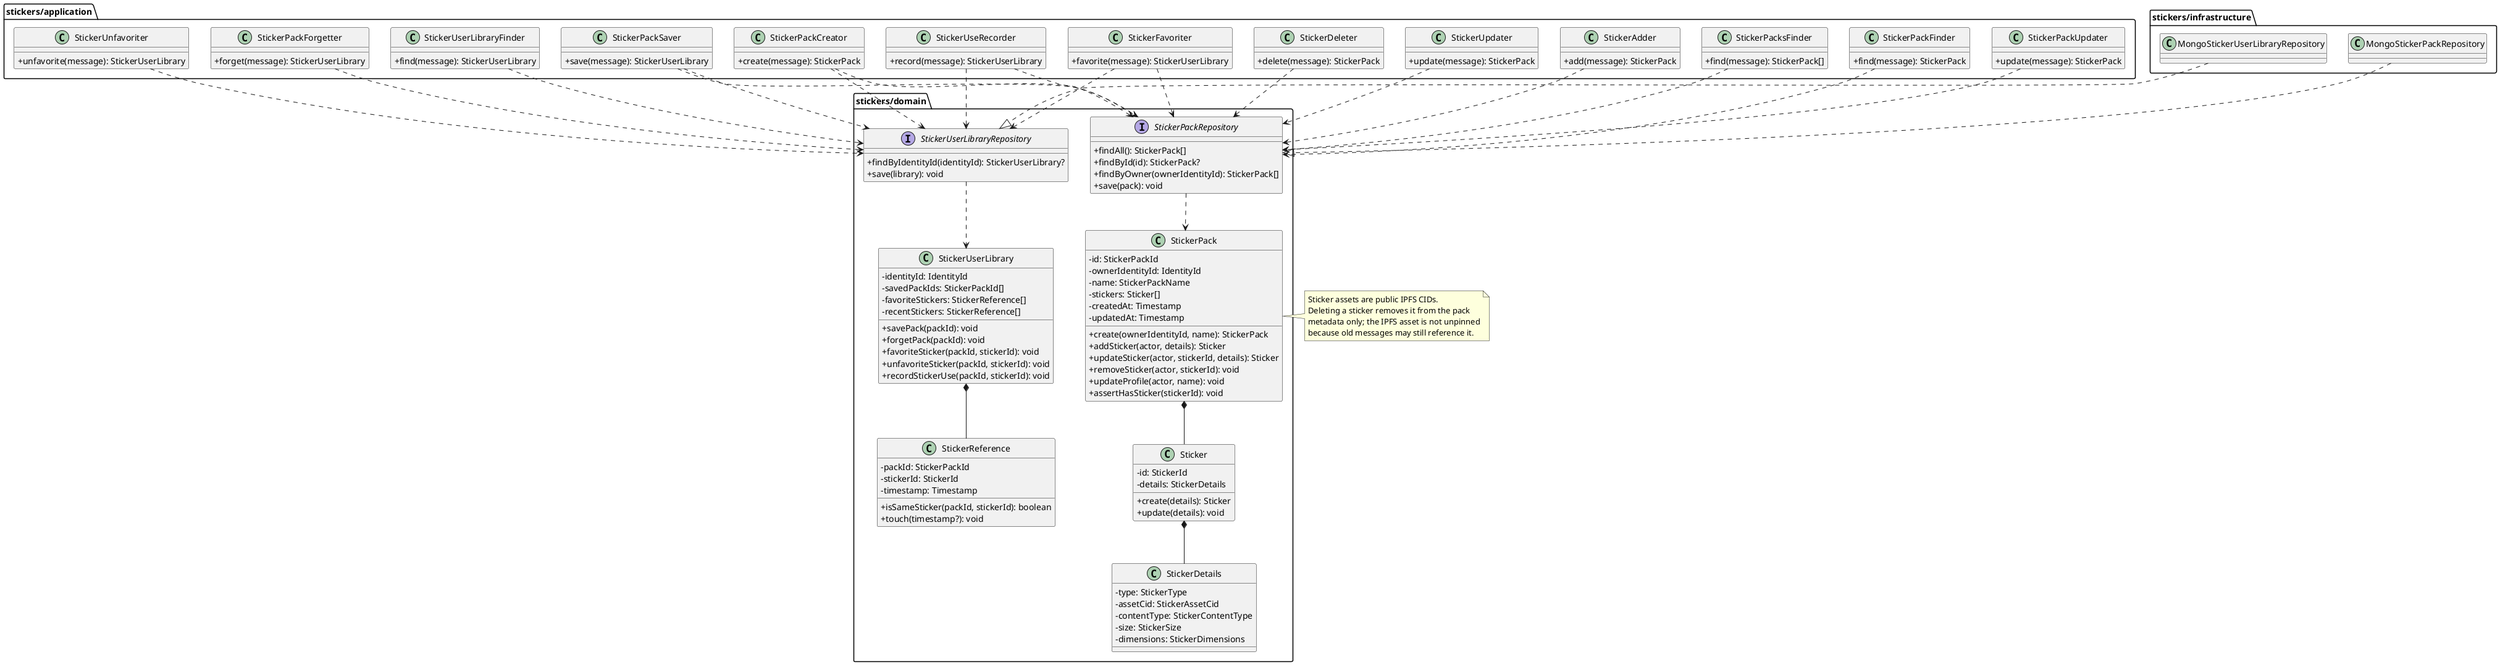
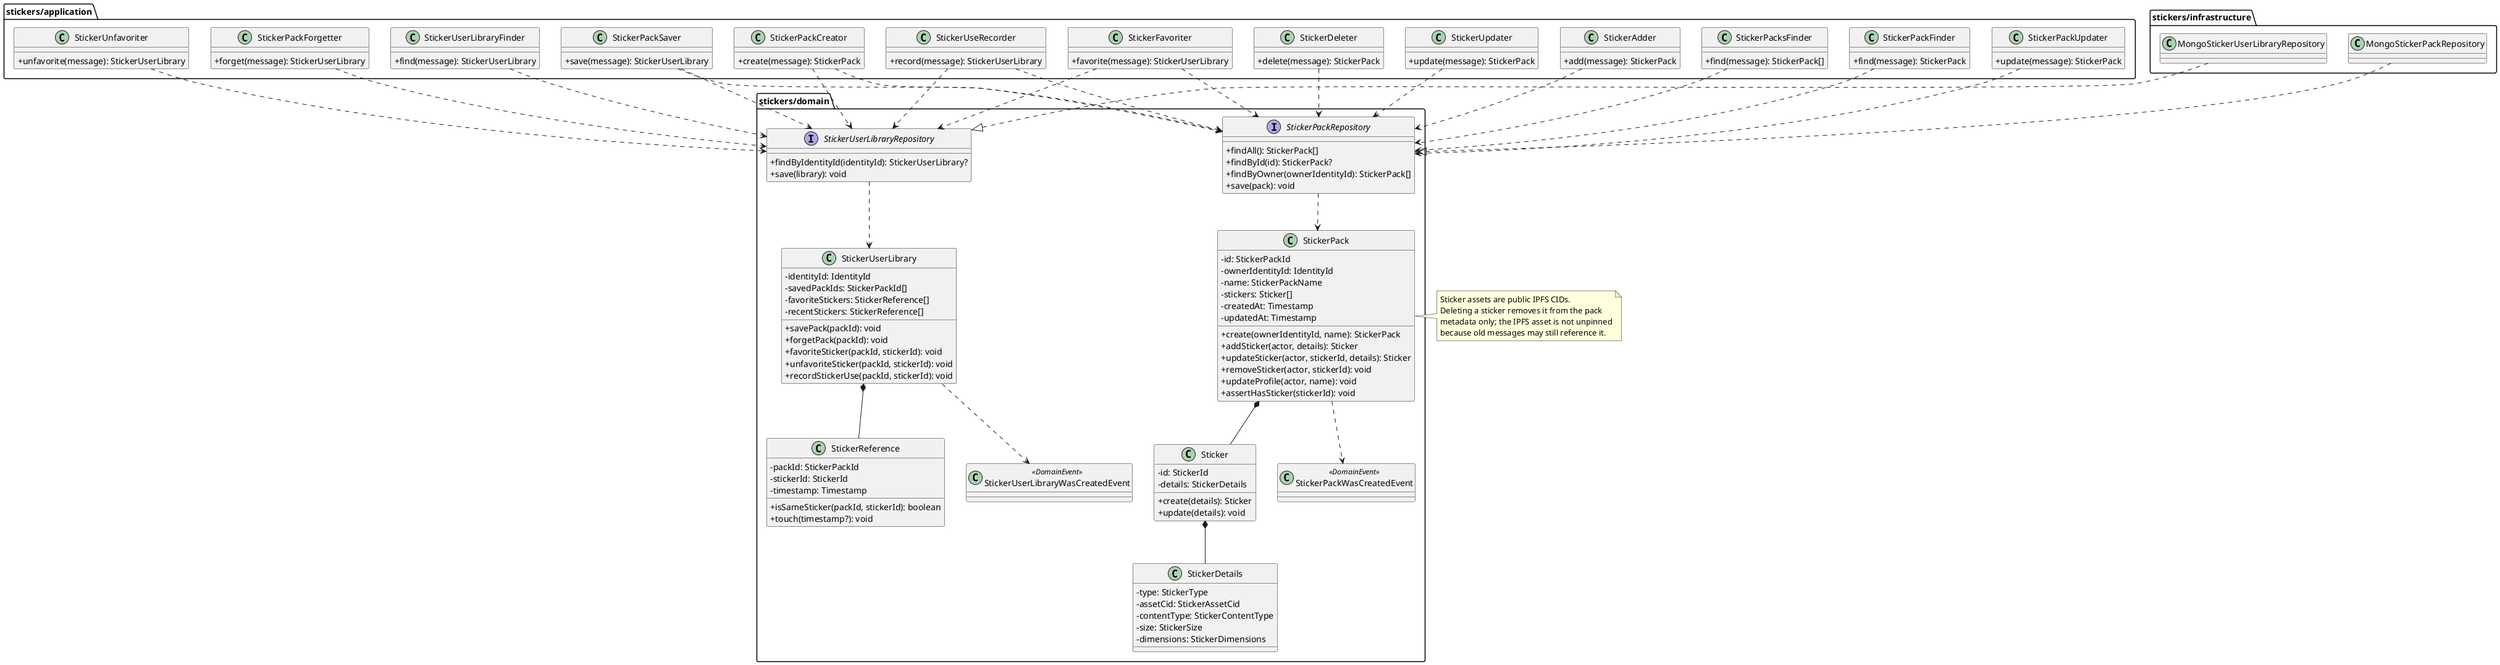
@startuml StickersClasses

skinparam classAttributeIconSize 0

package "stickers/application" {
  class StickerPackCreator {
    + create(message): StickerPack
  }
  class StickerPackUpdater {
    + update(message): StickerPack
  }
  class StickerPackFinder {
    + find(message): StickerPack
  }
  class StickerPacksFinder {
    + find(message): StickerPack[]
  }
  class StickerAdder {
    + add(message): StickerPack
  }
  class StickerUpdater {
    + update(message): StickerPack
  }
  class StickerDeleter {
    + delete(message): StickerPack
  }
  class StickerUserLibraryFinder {
    + find(message): StickerUserLibrary
  }
  class StickerPackSaver {
    + save(message): StickerUserLibrary
  }
  class StickerPackForgetter {
    + forget(message): StickerUserLibrary
  }
  class StickerFavoriter {
    + favorite(message): StickerUserLibrary
  }
  class StickerUnfavoriter {
    + unfavorite(message): StickerUserLibrary
  }
  class StickerUseRecorder {
    + record(message): StickerUserLibrary
  }
}

package "stickers/domain" {
  class StickerPack {
    - id: StickerPackId
    - ownerIdentityId: IdentityId
    - name: StickerPackName
    - stickers: Sticker[]
    - createdAt: Timestamp
    - updatedAt: Timestamp
    + create(ownerIdentityId, name): StickerPack
    + addSticker(actor, details): Sticker
    + updateSticker(actor, stickerId, details): Sticker
    + removeSticker(actor, stickerId): void
    + updateProfile(actor, name): void
    + assertHasSticker(stickerId): void
  }

  class Sticker {
    - id: StickerId
    - details: StickerDetails
    + create(details): Sticker
    + update(details): void
  }

  class StickerDetails {
    - type: StickerType
    - assetCid: StickerAssetCid
    - contentType: StickerContentType
    - size: StickerSize
    - dimensions: StickerDimensions
  }

  class StickerUserLibrary {
    - identityId: IdentityId
    - savedPackIds: StickerPackId[]
    - favoriteStickers: StickerReference[]
    - recentStickers: StickerReference[]
    + savePack(packId): void
    + forgetPack(packId): void
    + favoriteSticker(packId, stickerId): void
    + unfavoriteSticker(packId, stickerId): void
    + recordStickerUse(packId, stickerId): void
  }

  class StickerReference {
    - packId: StickerPackId
    - stickerId: StickerId
    - timestamp: Timestamp
    + isSameSticker(packId, stickerId): boolean
    + touch(timestamp?): void
  }

  interface StickerPackRepository {
    + findAll(): StickerPack[]
    + findById(id): StickerPack?
    + findByOwner(ownerIdentityId): StickerPack[]
    + save(pack): void
  }

  interface StickerUserLibraryRepository {
    + findByIdentityId(identityId): StickerUserLibrary?
    + save(library): void
  }

+   class StickerPackWasCreatedEvent <<DomainEvent>>
+   class StickerUserLibraryWasCreatedEvent <<DomainEvent>>
+ 
  StickerPack *-- Sticker
  Sticker *-- StickerDetails
  StickerUserLibrary *-- StickerReference
+   StickerPack ..> StickerPackWasCreatedEvent
+   StickerUserLibrary ..> StickerUserLibraryWasCreatedEvent
  StickerPackRepository ..> StickerPack
  StickerUserLibraryRepository ..> StickerUserLibrary
}

package "stickers/infrastructure" {
  class MongoStickerPackRepository
  class MongoStickerUserLibraryRepository

  MongoStickerPackRepository ..|> StickerPackRepository
  MongoStickerUserLibraryRepository ..|> StickerUserLibraryRepository
}

StickerPackCreator ..> StickerPackRepository
StickerPackCreator ..> StickerUserLibraryRepository
StickerPackUpdater ..> StickerPackRepository
StickerPackFinder ..> StickerPackRepository
StickerPacksFinder ..> StickerPackRepository
StickerAdder ..> StickerPackRepository
StickerUpdater ..> StickerPackRepository
StickerDeleter ..> StickerPackRepository
StickerUserLibraryFinder ..> StickerUserLibraryRepository
StickerPackSaver ..> StickerPackRepository
StickerPackSaver ..> StickerUserLibraryRepository
StickerPackForgetter ..> StickerUserLibraryRepository
StickerFavoriter ..> StickerPackRepository
StickerFavoriter ..> StickerUserLibraryRepository
StickerUnfavoriter ..> StickerUserLibraryRepository
StickerUseRecorder ..> StickerPackRepository
StickerUseRecorder ..> StickerUserLibraryRepository

note right of StickerPack
  Sticker assets are public IPFS CIDs.
  Deleting a sticker removes it from the pack
  metadata only; the IPFS asset is not unpinned
  because old messages may still reference it.
end note

@enduml
